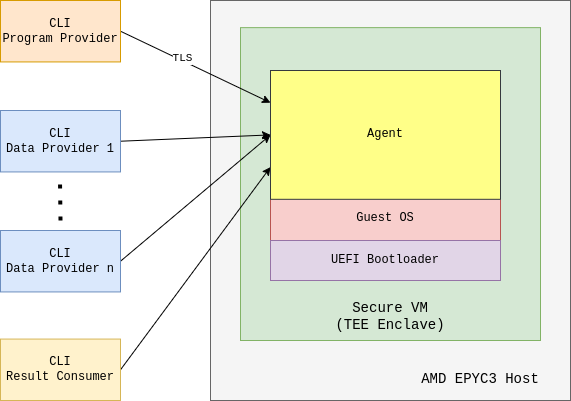
ultravioletrs/website keeps this draw.io diagram as img/agent.png. Above is the earlier version. Source tidied: cells renumbered, new cells last; positions are measured from the earlier drawing's top-left corner, leaving out a move shared by most shapes. The source it was exported from:
```xml
<mxGraphModel>
  <root>
    <mxCell id="0" />
    <mxCell id="1" parent="0" />
    <mxCell id="2" style="rounded=0;whiteSpace=wrap;html=1;fillColor=#f5f5f5;strokeColor=#666666;fontFamily=Courier New;fontColor=#333333;" parent="1" vertex="1">
      <mxGeometry x="210" width="360" height="400" as="geometry" />
    </mxCell>
    <mxCell id="3" style="rounded=0;whiteSpace=wrap;html=1;fillColor=#d5e8d4;strokeColor=#82b366;fontFamily=Courier New;" parent="1" vertex="1">
      <mxGeometry x="240" y="27.1" width="300" height="312.9" as="geometry" />
    </mxCell>
    <mxCell id="4" value="&lt;span&gt;&lt;font style=&quot;font-size: 14px;&quot;&gt;AMD EPYC3 Host&lt;/font&gt;&lt;/span&gt;" style="text;html=1;strokeColor=none;fillColor=none;align=center;verticalAlign=middle;whiteSpace=wrap;rounded=0;fontFamily=Courier New;fontStyle=0;" parent="1" vertex="1">
      <mxGeometry x="420" y="365.7" width="120" height="25.7" as="geometry" />
    </mxCell>
    <mxCell id="5" style="edgeStyle=none;rounded=0;jettySize=auto;html=1;exitX=1;exitY=0.5;exitDx=0;exitDy=0;entryX=0;entryY=0.25;entryDx=0;entryDy=0;fontFamily=Courier New;" parent="1" edge="1" source="7" target="16">
      <mxGeometry relative="1" as="geometry" />
    </mxCell>
    <mxCell id="6" value="TLS" style="edgeLabel;html=1;align=center;verticalAlign=middle;fontFamily=Courier New;" parent="5" vertex="1">
      <mxGeometry x="-0.19" y="2" relative="1" as="geometry" />
    </mxCell>
    <mxCell id="7" value="CLI&lt;br&gt;Program Provider" style="rounded=0;whiteSpace=wrap;html=1;fillColor=#ffe6cc;strokeColor=#d79b00;fontFamily=Courier New;" parent="1" vertex="1">
      <mxGeometry width="120" height="61.4" as="geometry" />
    </mxCell>
    <mxCell id="8" value="&lt;span style=&quot;font-size: 14px;&quot;&gt;&lt;font style=&quot;font-size: 14px;&quot;&gt;Secure VM&lt;br&gt;(TEE Enclave)&lt;/font&gt;&lt;/span&gt;" style="text;html=1;strokeColor=none;fillColor=none;align=center;verticalAlign=middle;whiteSpace=wrap;rounded=0;fontFamily=Courier New;fontStyle=0;" parent="1" vertex="1">
      <mxGeometry x="330" y="291.4" width="120" height="48.6" as="geometry" />
    </mxCell>
    <mxCell id="9" style="edgeStyle=none;rounded=0;jettySize=auto;html=1;exitX=1;exitY=0.5;exitDx=0;exitDy=0;entryX=0;entryY=0.5;entryDx=0;entryDy=0;fontFamily=Courier New;" parent="1" edge="1" source="10" target="16">
      <mxGeometry relative="1" as="geometry" />
    </mxCell>
    <mxCell id="10" value="CLI&lt;br&gt;Data Provider 1" style="rounded=0;whiteSpace=wrap;html=1;fillColor=#dae8fc;strokeColor=#6c8ebf;fontFamily=Courier New;" parent="1" vertex="1">
      <mxGeometry y="110" width="120" height="61.4" as="geometry" />
    </mxCell>
    <mxCell id="11" style="edgeStyle=none;rounded=0;jettySize=auto;html=1;exitX=1;exitY=0.5;exitDx=0;exitDy=0;entryX=0;entryY=0.5;entryDx=0;entryDy=0;fontFamily=Courier New;" parent="1" edge="1" source="12" target="16">
      <mxGeometry relative="1" as="geometry" />
    </mxCell>
    <mxCell id="12" value="CLI&lt;br&gt;Data Provider n" style="rounded=0;whiteSpace=wrap;html=1;fillColor=#dae8fc;strokeColor=#6c8ebf;fontFamily=Courier New;" parent="1" vertex="1">
      <mxGeometry y="230" width="120" height="61.4" as="geometry" />
    </mxCell>
    <mxCell id="13" style="edgeStyle=none;rounded=0;jettySize=auto;html=1;exitX=1;exitY=0.5;exitDx=0;exitDy=0;entryX=0;entryY=0.75;entryDx=0;entryDy=0;fontFamily=Courier New;" parent="1" edge="1" source="14" target="16">
      <mxGeometry relative="1" as="geometry" />
    </mxCell>
    <mxCell id="14" value="CLI&lt;br&gt;Result Consumer" style="rounded=0;whiteSpace=wrap;html=1;fillColor=#fff2cc;strokeColor=#d6b656;fontFamily=Courier New;" parent="1" vertex="1">
      <mxGeometry y="338.6" width="120" height="61.4" as="geometry" />
    </mxCell>
    <mxCell id="15" value="Guest OS" style="rounded=0;whiteSpace=wrap;html=1;fillColor=#f8cecc;strokeColor=#b85450;fontFamily=Courier New;" parent="1" vertex="1">
      <mxGeometry x="270" y="196.7" width="230" height="43.3" as="geometry" />
    </mxCell>
    <mxCell id="16" value="Agent" style="rounded=0;whiteSpace=wrap;html=1;fillColor=#ffff88;strokeColor=#36393d;fontFamily=Courier New;" parent="1" vertex="1">
      <mxGeometry x="270" y="70" width="230" height="128.8" as="geometry" />
    </mxCell>
    <mxCell id="17" value="UEFI Bootloader" style="rounded=0;whiteSpace=wrap;html=1;fillColor=#e1d5e7;strokeColor=#9673a6;fontFamily=Courier New;" parent="1" vertex="1">
      <mxGeometry x="270" y="240" width="230" height="40" as="geometry" />
    </mxCell>
    <mxCell id="18" style="endArrow=none;dashed=1;html=1;dashPattern=1 3;strokeWidth=4;rounded=0;fontFamily=Courier New;" parent="1" edge="1">
      <mxGeometry relative="1" as="geometry">
        <mxPoint x="60" y="220" as="sourcePoint" />
        <mxPoint x="59.5" y="180" as="targetPoint" />
      </mxGeometry>
    </mxCell>
  </root>
</mxGraphModel>
```
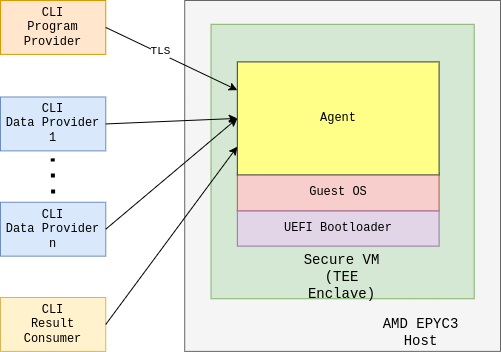
Above is the later version.

What changed in the source:
```diff
@@ -2,58 +2,61 @@
   <root>
     <mxCell id="0" />
     <mxCell id="1" parent="0" />
+    <mxCell id="19" style="group;" parent="1" vertex="1">
+      <mxGeometry width="500" height="350.9" as="geometry" />
+    </mxCell>
-    <mxCell id="2" style="rounded=0;whiteSpace=wrap;html=1;fillColor=#f5f5f5;strokeColor=#666666;fontFamily=Courier New;fontColor=#333333;" parent="1" vertex="1">
-      <mxGeometry x="210" width="360" height="400" as="geometry" />
+    <mxCell id="2" style="rounded=0;whiteSpace=wrap;html=1;fillColor=#f5f5f5;strokeColor=#666666;fontFamily=Courier New;fontColor=#333333;" parent="19" vertex="1">
+      <mxGeometry x="184.2" width="315.8" height="350.9" as="geometry" />
     </mxCell>
-    <mxCell id="3" style="rounded=0;whiteSpace=wrap;html=1;fillColor=#d5e8d4;strokeColor=#82b366;fontFamily=Courier New;" parent="1" vertex="1">
-      <mxGeometry x="240" y="27.1" width="300" height="312.9" as="geometry" />
+    <mxCell id="3" style="rounded=0;whiteSpace=wrap;html=1;fillColor=#d5e8d4;strokeColor=#82b366;fontFamily=Courier New;" parent="19" vertex="1">
+      <mxGeometry x="210.5" y="23.8" width="263.2" height="274.4" as="geometry" />
     </mxCell>
-    <mxCell id="4" value="&lt;span&gt;&lt;font style=&quot;font-size: 14px;&quot;&gt;AMD EPYC3 Host&lt;/font&gt;&lt;/span&gt;" style="text;html=1;strokeColor=none;fillColor=none;align=center;verticalAlign=middle;whiteSpace=wrap;rounded=0;fontFamily=Courier New;fontStyle=0;" parent="1" vertex="1">
-      <mxGeometry x="420" y="365.7" width="120" height="25.7" as="geometry" />
+    <mxCell id="4" value="&lt;span&gt;&lt;font style=&quot;font-size: 14px;&quot;&gt;AMD EPYC3 Host&lt;/font&gt;&lt;/span&gt;" style="text;html=1;strokeColor=none;fillColor=none;align=center;verticalAlign=middle;whiteSpace=wrap;rounded=0;fontFamily=Courier New;fontStyle=0;" parent="19" vertex="1">
+      <mxGeometry x="368.4" y="320.8" width="105.3" height="22.6" as="geometry" />
     </mxCell>
-    <mxCell id="5" style="edgeStyle=none;rounded=0;jettySize=auto;html=1;exitX=1;exitY=0.5;exitDx=0;exitDy=0;entryX=0;entryY=0.25;entryDx=0;entryDy=0;fontFamily=Courier New;" parent="1" edge="1" source="7" target="16">
-      <mxGeometry relative="1" as="geometry" />
-    </mxCell>
-    <mxCell id="6" value="TLS" style="edgeLabel;html=1;align=center;verticalAlign=middle;fontFamily=Courier New;" parent="5" vertex="1">
-      <mxGeometry x="-0.19" y="2" relative="1" as="geometry" />
-    </mxCell>
-    <mxCell id="7" value="CLI&lt;br&gt;Program Provider" style="rounded=0;whiteSpace=wrap;html=1;fillColor=#ffe6cc;strokeColor=#d79b00;fontFamily=Courier New;" parent="1" vertex="1">
-      <mxGeometry width="120" height="61.4" as="geometry" />
+    <mxCell id="7" value="CLI&lt;br&gt;Program Provider" style="rounded=0;whiteSpace=wrap;html=1;fillColor=#ffe6cc;strokeColor=#d79b00;fontFamily=Courier New;" parent="19" vertex="1">
+      <mxGeometry width="105.3" height="53.9" as="geometry" />
     </mxCell>
-    <mxCell id="8" value="&lt;span style=&quot;font-size: 14px;&quot;&gt;&lt;font style=&quot;font-size: 14px;&quot;&gt;Secure VM&lt;br&gt;(TEE Enclave)&lt;/font&gt;&lt;/span&gt;" style="text;html=1;strokeColor=none;fillColor=none;align=center;verticalAlign=middle;whiteSpace=wrap;rounded=0;fontFamily=Courier New;fontStyle=0;" parent="1" vertex="1">
-      <mxGeometry x="330" y="291.4" width="120" height="48.6" as="geometry" />
+    <mxCell id="8" value="&lt;span style=&quot;font-size: 14px;&quot;&gt;&lt;font style=&quot;font-size: 14px;&quot;&gt;Secure VM&lt;br&gt;(TEE Enclave)&lt;/font&gt;&lt;/span&gt;" style="text;html=1;strokeColor=none;fillColor=none;align=center;verticalAlign=middle;whiteSpace=wrap;rounded=0;fontFamily=Courier New;fontStyle=0;" parent="19" vertex="1">
+      <mxGeometry x="289.5" y="255.6" width="105.3" height="42.6" as="geometry" />
     </mxCell>
-    <mxCell id="9" style="edgeStyle=none;rounded=0;jettySize=auto;html=1;exitX=1;exitY=0.5;exitDx=0;exitDy=0;entryX=0;entryY=0.5;entryDx=0;entryDy=0;fontFamily=Courier New;" parent="1" edge="1" source="10" target="16">
-      <mxGeometry relative="1" as="geometry" />
-    </mxCell>
-    <mxCell id="10" value="CLI&lt;br&gt;Data Provider 1" style="rounded=0;whiteSpace=wrap;html=1;fillColor=#dae8fc;strokeColor=#6c8ebf;fontFamily=Courier New;" parent="1" vertex="1">
-      <mxGeometry y="110" width="120" height="61.4" as="geometry" />
+    <mxCell id="10" value="CLI&lt;br&gt;Data Provider 1" style="rounded=0;whiteSpace=wrap;html=1;fillColor=#dae8fc;strokeColor=#6c8ebf;fontFamily=Courier New;" parent="19" vertex="1">
+      <mxGeometry y="96.5" width="105.3" height="53.9" as="geometry" />
     </mxCell>
-    <mxCell id="11" style="edgeStyle=none;rounded=0;jettySize=auto;html=1;exitX=1;exitY=0.5;exitDx=0;exitDy=0;entryX=0;entryY=0.5;entryDx=0;entryDy=0;fontFamily=Courier New;" parent="1" edge="1" source="12" target="16">
-      <mxGeometry relative="1" as="geometry" />
-    </mxCell>
-    <mxCell id="12" value="CLI&lt;br&gt;Data Provider n" style="rounded=0;whiteSpace=wrap;html=1;fillColor=#dae8fc;strokeColor=#6c8ebf;fontFamily=Courier New;" parent="1" vertex="1">
-      <mxGeometry y="230" width="120" height="61.4" as="geometry" />
+    <mxCell id="12" value="CLI&lt;br&gt;Data Provider n" style="rounded=0;whiteSpace=wrap;html=1;fillColor=#dae8fc;strokeColor=#6c8ebf;fontFamily=Courier New;" parent="19" vertex="1">
+      <mxGeometry y="201.8" width="105.3" height="53.9" as="geometry" />
     </mxCell>
-    <mxCell id="13" style="edgeStyle=none;rounded=0;jettySize=auto;html=1;exitX=1;exitY=0.5;exitDx=0;exitDy=0;entryX=0;entryY=0.75;entryDx=0;entryDy=0;fontFamily=Courier New;" parent="1" edge="1" source="14" target="16">
-      <mxGeometry relative="1" as="geometry" />
-    </mxCell>
-    <mxCell id="14" value="CLI&lt;br&gt;Result Consumer" style="rounded=0;whiteSpace=wrap;html=1;fillColor=#fff2cc;strokeColor=#d6b656;fontFamily=Courier New;" parent="1" vertex="1">
-      <mxGeometry y="338.6" width="120" height="61.4" as="geometry" />
+    <mxCell id="14" value="CLI&lt;br&gt;Result Consumer" style="rounded=0;whiteSpace=wrap;html=1;fillColor=#fff2cc;strokeColor=#d6b656;fontFamily=Courier New;" parent="19" vertex="1">
+      <mxGeometry y="297" width="105.3" height="53.9" as="geometry" />
     </mxCell>
-    <mxCell id="15" value="Guest OS" style="rounded=0;whiteSpace=wrap;html=1;fillColor=#f8cecc;strokeColor=#b85450;fontFamily=Courier New;" parent="1" vertex="1">
-      <mxGeometry x="270" y="196.7" width="230" height="43.3" as="geometry" />
+    <mxCell id="15" value="Guest OS" style="rounded=0;whiteSpace=wrap;html=1;fillColor=#f8cecc;strokeColor=#b85450;fontFamily=Courier New;" parent="19" vertex="1">
+      <mxGeometry x="236.8" y="172.5" width="201.8" height="38" as="geometry" />
     </mxCell>
-    <mxCell id="16" value="Agent" style="rounded=0;whiteSpace=wrap;html=1;fillColor=#ffff88;strokeColor=#36393d;fontFamily=Courier New;" parent="1" vertex="1">
-      <mxGeometry x="270" y="70" width="230" height="128.8" as="geometry" />
+    <mxCell id="16" value="Agent" style="rounded=0;whiteSpace=wrap;html=1;fillColor=#ffff88;strokeColor=#36393d;fontFamily=Courier New;" parent="19" vertex="1">
+      <mxGeometry x="236.8" y="61.4" width="201.8" height="113" as="geometry" />
     </mxCell>
+    <mxCell id="5" style="edgeStyle=none;rounded=0;jettySize=auto;html=1;exitX=1;exitY=0.5;exitDx=0;exitDy=0;entryX=0;entryY=0.25;entryDx=0;entryDy=0;fontFamily=Courier New;" parent="19" edge="1" source="7" target="16">
+      <mxGeometry relative="1" as="geometry" />
+    </mxCell>
+    <mxCell id="6" value="TLS" style="edgeLabel;html=1;align=center;verticalAlign=middle;fontFamily=Courier New;" parent="5" vertex="1">
+      <mxGeometry x="-0.19" y="2" relative="1" as="geometry" />
+    </mxCell>
+    <mxCell id="9" style="edgeStyle=none;rounded=0;jettySize=auto;html=1;exitX=1;exitY=0.5;exitDx=0;exitDy=0;entryX=0;entryY=0.5;entryDx=0;entryDy=0;fontFamily=Courier New;" parent="19" edge="1" source="10" target="16">
+      <mxGeometry relative="1" as="geometry" />
+    </mxCell>
+    <mxCell id="11" style="edgeStyle=none;rounded=0;jettySize=auto;html=1;exitX=1;exitY=0.5;exitDx=0;exitDy=0;entryX=0;entryY=0.5;entryDx=0;entryDy=0;fontFamily=Courier New;" parent="19" edge="1" source="12" target="16">
+      <mxGeometry relative="1" as="geometry" />
+    </mxCell>
+    <mxCell id="13" style="edgeStyle=none;rounded=0;jettySize=auto;html=1;exitX=1;exitY=0.5;exitDx=0;exitDy=0;entryX=0;entryY=0.75;entryDx=0;entryDy=0;fontFamily=Courier New;" parent="19" edge="1" source="14" target="16">
+      <mxGeometry relative="1" as="geometry" />
+    </mxCell>
-    <mxCell id="17" value="UEFI Bootloader" style="rounded=0;whiteSpace=wrap;html=1;fillColor=#e1d5e7;strokeColor=#9673a6;fontFamily=Courier New;" parent="1" vertex="1">
-      <mxGeometry x="270" y="240" width="230" height="40" as="geometry" />
+    <mxCell id="17" value="UEFI Bootloader" style="rounded=0;whiteSpace=wrap;html=1;fillColor=#e1d5e7;strokeColor=#9673a6;fontFamily=Courier New;" parent="19" vertex="1">
+      <mxGeometry x="236.8" y="210.5" width="201.8" height="35.1" as="geometry" />
     </mxCell>
-    <mxCell id="18" style="endArrow=none;dashed=1;html=1;dashPattern=1 3;strokeWidth=4;rounded=0;fontFamily=Courier New;" parent="1" edge="1">
+    <mxCell id="18" style="endArrow=none;dashed=1;html=1;dashPattern=1 3;strokeWidth=4;rounded=0;fontFamily=Courier New;" parent="19" edge="1">
       <mxGeometry relative="1" as="geometry">
-        <mxPoint x="60" y="220" as="sourcePoint" />
-        <mxPoint x="59.5" y="180" as="targetPoint" />
+        <mxPoint x="52.6" y="193" as="sourcePoint" />
+        <mxPoint x="52.2" y="157.9" as="targetPoint" />
       </mxGeometry>
     </mxCell>
   </root>
```
